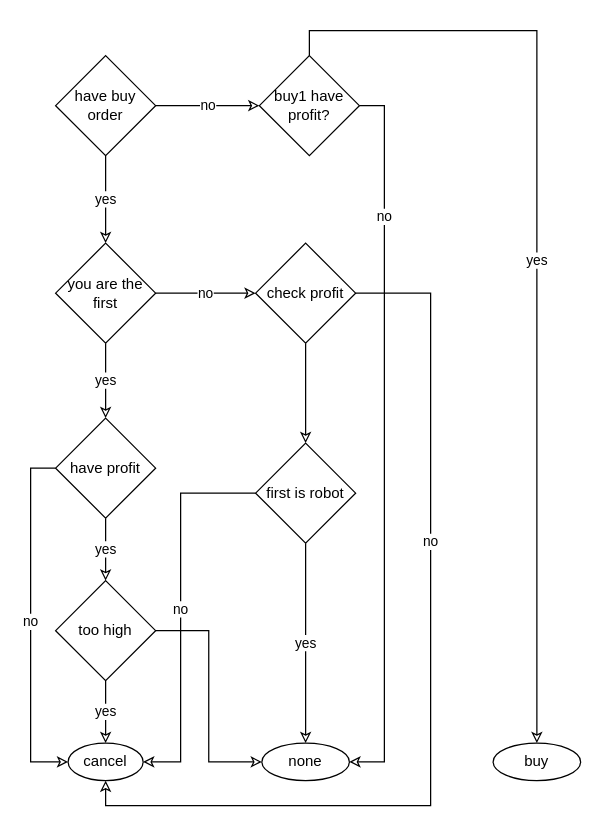
fzuguo/hello-world keeps this draw.io diagram as page "第 2 页" (2 of 2) of 未命名绘图.drawio. Above is the earlier version. Source tidied: cells renumbered, new cells numbered last; positions are measured from the earlier drawing's top-left corner, leaving out a move shared by most shapes. Both pictures are drawn from the tidied source at 125%, with x=0, y=0 at pixel (55, 55).
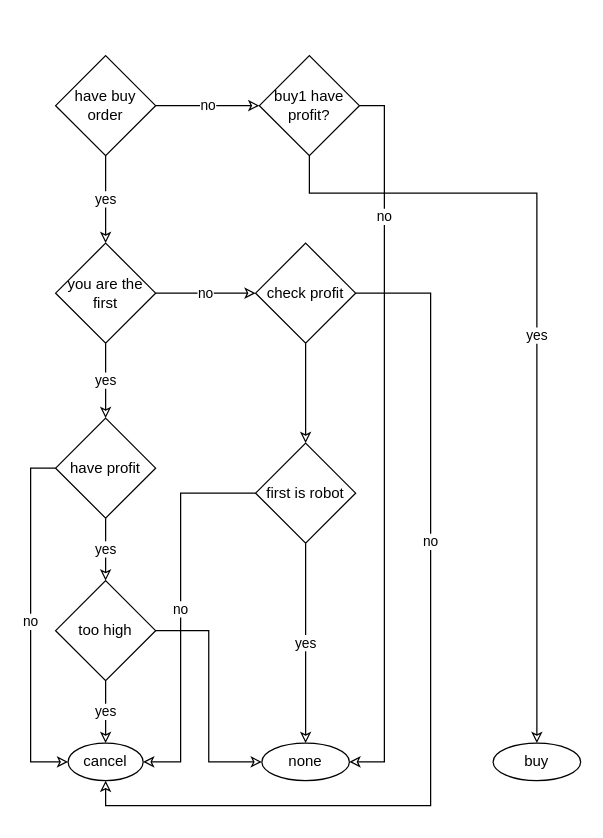
After the change.

Commit message:
更新未命名绘图.drawio

The change refers to these unchanged cells:
```xml
<mxCell id="10" value="buy1 have profit?" style="rhombus;whiteSpace=wrap;html=1;" parent="1" vertex="1">
  <mxGeometry x="163" width="80" height="80" as="geometry" />
</mxCell>
<mxCell id="14" value="buy" style="ellipse;whiteSpace=wrap;html=1;" parent="1" vertex="1">
  <mxGeometry x="350" y="550" width="70" height="30" as="geometry" />
</mxCell>
```

Diff of the diagram source:
```diff
@@
-    <mxCell id="8" value="yes" style="edgeStyle=orthogonalEdgeStyle;rounded=0;jettySize=auto;html=1;exitX=0.5;exitY=0;exitDx=0;exitDy=0;entryX=0.5;entryY=0;entryDx=0;entryDy=0;endFill=0;" parent="1" edge="1" source="10" target="14">
-      <mxGeometry relative="1" as="geometry" />
+    <mxCell id="8" value="yes" style="edgeStyle=orthogonalEdgeStyle;rounded=0;jettySize=auto;html=1;exitX=0.5;exitY=1;exitDx=0;exitDy=0;entryX=0.5;entryY=0;entryDx=0;entryDy=0;endFill=0;" parent="1" edge="1" source="10" target="14">
+      <mxGeometry relative="1" as="geometry">
+        <Array as="points">
+          <mxPoint x="203" y="110" />
+          <mxPoint x="385" y="110" />
+        </Array>
+      </mxGeometry>
     </mxCell>
```
